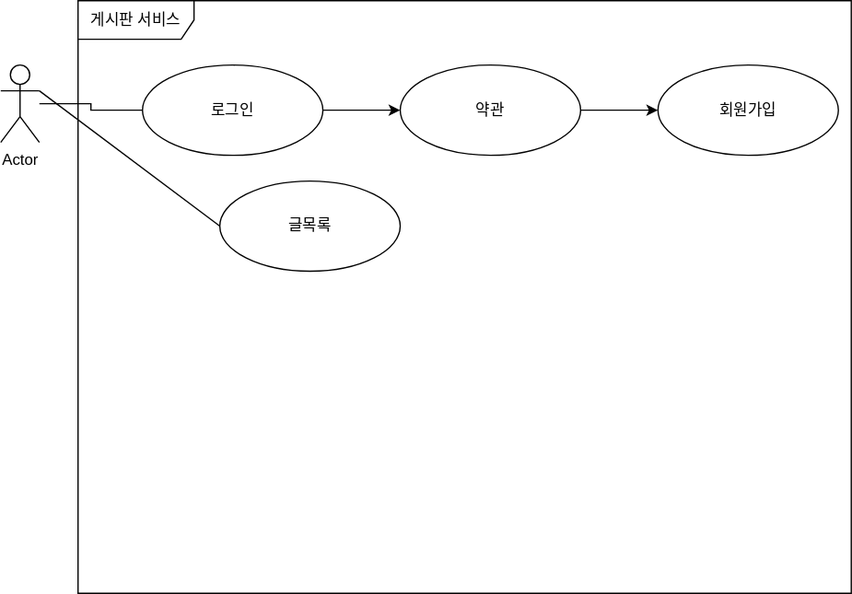
Before: Jboard1/게시판 서비스.drawio.svg, a diagram exported from draw.io (kyoungjunkim/JSP). Source tidied: cells renumbered, new cells last; positions are measured from the earlier drawing's top-left corner, leaving out a move shared by most shapes.
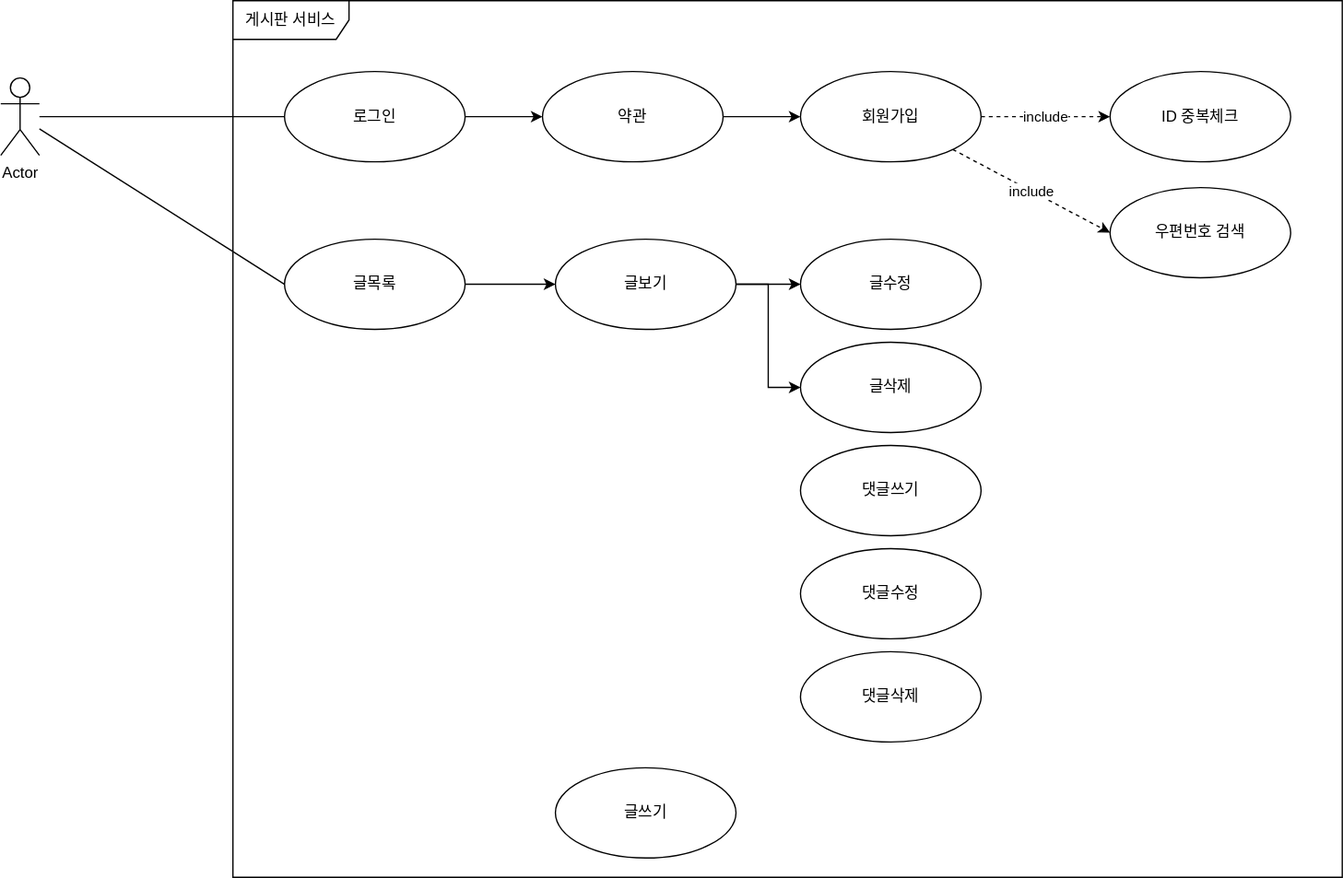
Later version of the same file.

Commit message:
게시판 서비스.drawio.svg 업데이트

The edit, as a diff of the source:
```diff
@@ -2,17 +2,17 @@
   <root>
     <mxCell id="0" />
     <mxCell id="1" parent="0" />
-    <mxCell id="2" style="edgeStyle=orthogonalEdgeStyle;rounded=0;jettySize=auto;html=1;endArrow=none;endFill=0;" parent="1" edge="1" source="4" target="7">
+    <mxCell id="2" style="rounded=0;jettySize=auto;html=1;endArrow=none;endFill=0;" parent="1" edge="1" source="4" target="7">
       <mxGeometry relative="1" as="geometry" />
     </mxCell>
-    <mxCell id="3" style="rounded=0;jettySize=auto;html=1;exitX=1;exitY=0.3333333333333333;exitDx=0;exitDy=0;exitPerimeter=0;entryX=0;entryY=0.5;entryDx=0;entryDy=0;endArrow=none;endFill=0;" parent="1" edge="1" source="4" target="8">
+    <mxCell id="3" style="rounded=0;jettySize=auto;html=1;entryX=0;entryY=0.5;entryDx=0;entryDy=0;endArrow=none;endFill=0;" parent="1" edge="1" source="4" target="8">
       <mxGeometry relative="1" as="geometry" />
     </mxCell>
     <mxCell id="4" value="Actor" style="shape=umlActor;verticalLabelPosition=bottom;verticalAlign=top;html=1;" parent="1" vertex="1">
-      <mxGeometry y="50" width="30" height="60" as="geometry" />
+      <mxGeometry x="-110" y="55" width="30" height="60" as="geometry" />
     </mxCell>
     <mxCell id="5" value="게시판 서비스" style="shape=umlFrame;whiteSpace=wrap;html=1;width=90;height=30;" parent="1" vertex="1">
-      <mxGeometry x="60" width="600" height="460" as="geometry" />
+      <mxGeometry x="70" y="-5" width="860" height="680" as="geometry" />
     </mxCell>
     <mxCell id="6" style="edgeStyle=none;rounded=0;jettySize=auto;html=1;entryX=0;entryY=0.5;entryDx=0;entryDy=0;endArrow=classic;endFill=1;" parent="1" edge="1" source="7" target="10">
       <mxGeometry relative="1" as="geometry" />
@@ -20,8 +20,11 @@
     <mxCell id="7" value="로그인" style="ellipse;whiteSpace=wrap;html=1;" parent="1" vertex="1">
       <mxGeometry x="110" y="50" width="140" height="70" as="geometry" />
     </mxCell>
+    <mxCell id="12" style="edgeStyle=none;rounded=0;jettySize=auto;html=1;entryX=0;entryY=0.5;entryDx=0;entryDy=0;endArrow=classic;endFill=1;" parent="1" edge="1" source="8" target="19">
+      <mxGeometry relative="1" as="geometry" />
+    </mxCell>
     <mxCell id="8" value="글목록" style="ellipse;whiteSpace=wrap;html=1;" parent="1" vertex="1">
-      <mxGeometry x="170" y="140" width="140" height="70" as="geometry" />
+      <mxGeometry x="110" y="180" width="140" height="70" as="geometry" />
     </mxCell>
     <mxCell id="9" style="edgeStyle=none;rounded=0;jettySize=auto;html=1;entryX=0;entryY=0.5;entryDx=0;entryDy=0;endArrow=classic;endFill=1;" parent="1" edge="1" source="10" target="11">
       <mxGeometry relative="1" as="geometry" />
@@ -29,8 +32,51 @@
     <mxCell id="10" value="약관" style="ellipse;whiteSpace=wrap;html=1;" parent="1" vertex="1">
       <mxGeometry x="310" y="50" width="140" height="70" as="geometry" />
     </mxCell>
+    <mxCell id="13" value="include" style="edgeStyle=none;rounded=0;jettySize=auto;html=1;entryX=0;entryY=0.5;entryDx=0;entryDy=0;endArrow=classic;endFill=1;dashed=1;" parent="1" edge="1" source="11" target="15">
+      <mxGeometry relative="1" as="geometry" />
+    </mxCell>
+    <mxCell id="14" value="include" style="edgeStyle=none;rounded=0;jettySize=auto;html=1;entryX=0;entryY=0.5;entryDx=0;entryDy=0;dashed=1;endArrow=classic;endFill=1;" parent="1" edge="1" source="11" target="16">
+      <mxGeometry relative="1" as="geometry" />
+    </mxCell>
     <mxCell id="11" value="회원가입" style="ellipse;whiteSpace=wrap;html=1;" parent="1" vertex="1">
       <mxGeometry x="510" y="50" width="140" height="70" as="geometry" />
     </mxCell>
+    <mxCell id="15" value="ID 중복체크" style="ellipse;whiteSpace=wrap;html=1;" parent="1" vertex="1">
+      <mxGeometry x="750" y="50" width="140" height="70" as="geometry" />
+    </mxCell>
+    <mxCell id="16" value="우편번호 검색" style="ellipse;whiteSpace=wrap;html=1;" parent="1" vertex="1">
+      <mxGeometry x="750" y="140" width="140" height="70" as="geometry" />
+    </mxCell>
+    <mxCell id="17" style="edgeStyle=none;rounded=0;jettySize=auto;html=1;entryX=0;entryY=0.5;entryDx=0;entryDy=0;endArrow=classic;endFill=1;" parent="1" edge="1" source="19" target="21">
+      <mxGeometry relative="1" as="geometry">
+        <Array as="points">
+          <mxPoint x="490" y="215" />
+        </Array>
+      </mxGeometry>
+    </mxCell>
+    <mxCell id="18" style="edgeStyle=orthogonalEdgeStyle;rounded=0;jettySize=auto;html=1;entryX=0;entryY=0.5;entryDx=0;entryDy=0;endArrow=classic;endFill=1;" parent="1" edge="1" source="19" target="22">
+      <mxGeometry relative="1" as="geometry" />
+    </mxCell>
+    <mxCell id="19" value="글보기" style="ellipse;whiteSpace=wrap;html=1;" parent="1" vertex="1">
+      <mxGeometry x="320" y="180" width="140" height="70" as="geometry" />
+    </mxCell>
+    <mxCell id="20" value="글쓰기" style="ellipse;whiteSpace=wrap;html=1;" parent="1" vertex="1">
+      <mxGeometry x="320" y="590" width="140" height="70" as="geometry" />
+    </mxCell>
+    <mxCell id="21" value="글수정" style="ellipse;whiteSpace=wrap;html=1;" parent="1" vertex="1">
+      <mxGeometry x="510" y="180" width="140" height="70" as="geometry" />
+    </mxCell>
+    <mxCell id="22" value="글삭제" style="ellipse;whiteSpace=wrap;html=1;" parent="1" vertex="1">
+      <mxGeometry x="510" y="260" width="140" height="70" as="geometry" />
+    </mxCell>
+    <mxCell id="23" value="댓글쓰기" style="ellipse;whiteSpace=wrap;html=1;" parent="1" vertex="1">
+      <mxGeometry x="510" y="340" width="140" height="70" as="geometry" />
+    </mxCell>
+    <mxCell id="24" value="댓글수정" style="ellipse;whiteSpace=wrap;html=1;" parent="1" vertex="1">
+      <mxGeometry x="510" y="420" width="140" height="70" as="geometry" />
+    </mxCell>
+    <mxCell id="25" value="댓글삭제" style="ellipse;whiteSpace=wrap;html=1;" parent="1" vertex="1">
+      <mxGeometry x="510" y="500" width="140" height="70" as="geometry" />
+    </mxCell>
   </root>
 </mxGraphModel>
```
